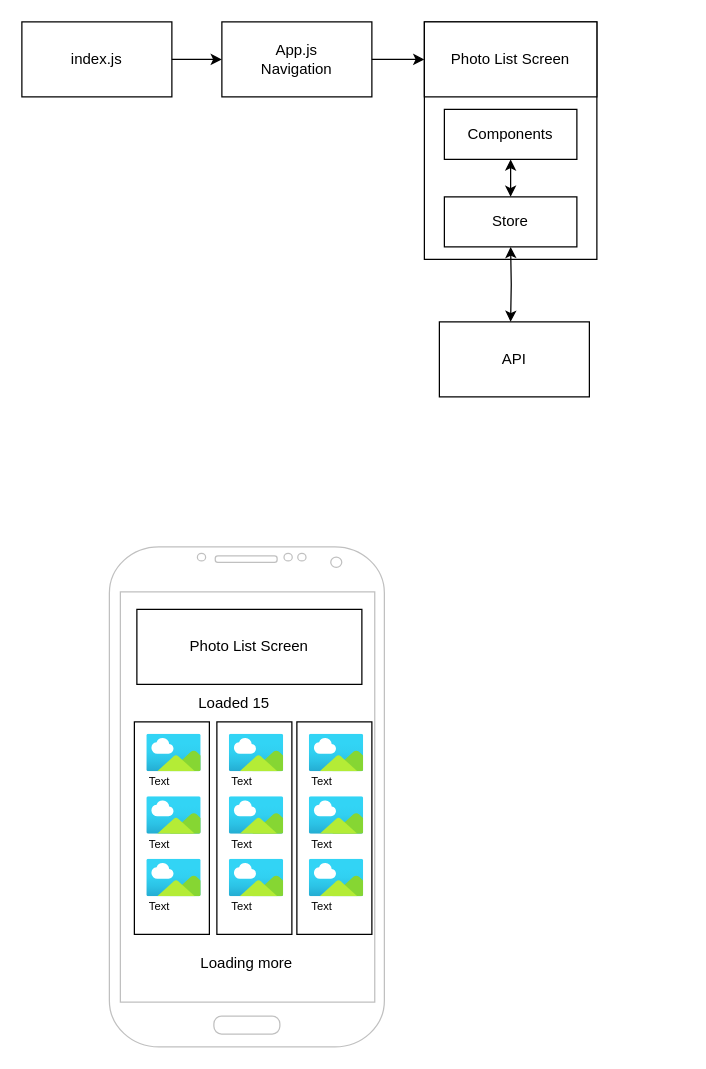
Earlier version of the draw.io diagram SolutionDesign/SolutionDesign.drawio (MarshalPaterson/flickr-example). Source tidied: cells renumbered, new cells numbered last; positions are measured from the earlier drawing's top-left corner, leaving out a move shared by most shapes. Both pictures are drawn from the tidied source at 125%, with x=0, y=0 at pixel (21, 21).
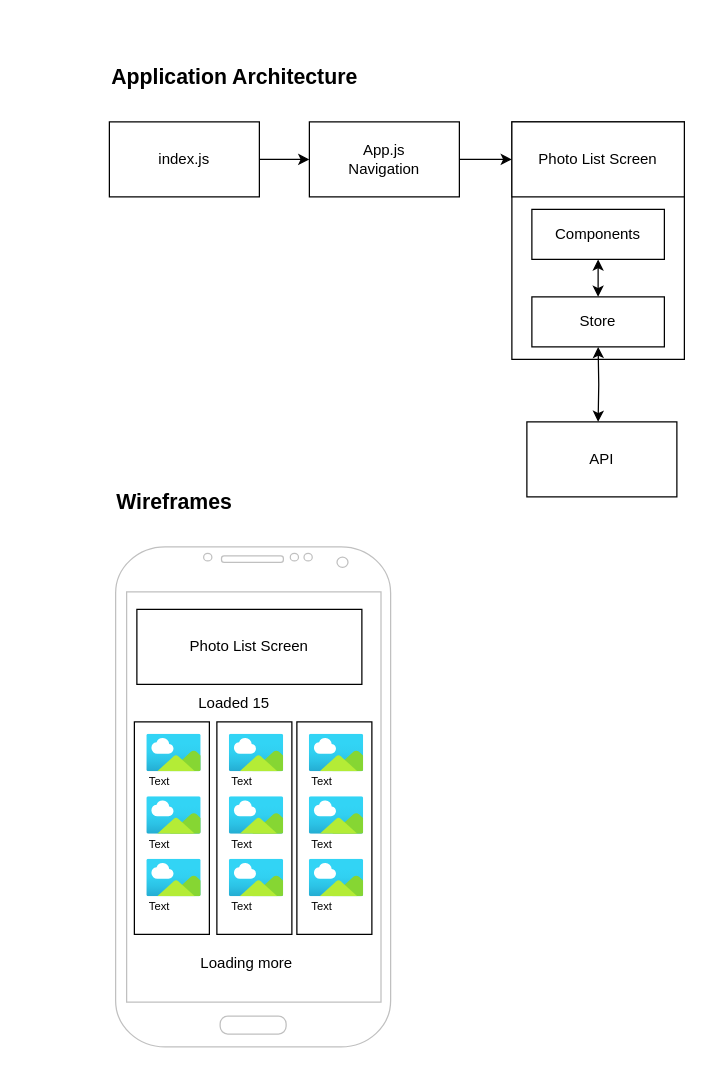
After the change.

What changed in the source:
```diff
@@
     <mxCell id="2" style="rounded=0;whiteSpace=wrap;html=1;" parent="1" vertex="1">
-      <mxGeometry x="322" width="138" height="190" as="geometry" />
+      <mxGeometry x="392" y="80" width="138" height="190" as="geometry" />
     </mxCell>
     <mxCell id="3" value="index.js" style="rounded=0;whiteSpace=wrap;html=1;" parent="1" vertex="1">
-      <mxGeometry width="120" height="60" as="geometry" />
+      <mxGeometry x="70" y="80" width="120" height="60" as="geometry" />
     </mxCell>
     <mxCell id="4" value="App.js&lt;br&gt;Navigation" style="rounded=0;whiteSpace=wrap;html=1;" parent="1" vertex="1">
-      <mxGeometry x="160" width="120" height="60" as="geometry" />
+      <mxGeometry x="230" y="80" width="120" height="60" as="geometry" />
     </mxCell>
     <mxCell id="5" value="Photo List Screen" style="rounded=0;whiteSpace=wrap;html=1;" parent="1" vertex="1">
-      <mxGeometry x="322" width="138" height="60" as="geometry" />
+      <mxGeometry x="392" y="80" width="138" height="60" as="geometry" />
     </mxCell>
     <mxCell id="6" value="API" style="rounded=0;whiteSpace=wrap;html=1;" parent="1" vertex="1">
-      <mxGeometry x="334" y="240" width="120" height="60" as="geometry" />
+      <mxGeometry x="404" y="320" width="120" height="60" as="geometry" />
     </mxCell>
     <mxCell id="7" value="Components" style="rounded=0;whiteSpace=wrap;html=1;" parent="1" vertex="1">
-      <mxGeometry x="338" y="70" width="106" height="40" as="geometry" />
+      <mxGeometry x="408" y="150" width="106" height="40" as="geometry" />
     </mxCell>
     <mxCell id="8" value="Store" style="rounded=0;whiteSpace=wrap;html=1;" parent="1" vertex="1">
-      <mxGeometry x="338" y="140" width="106" height="40" as="geometry" />
+      <mxGeometry x="408" y="220" width="106" height="40" as="geometry" />
     </mxCell>
     <mxCell id="9" style="endArrow=classic;startArrow=classic;html=1;rounded=0;edgeStyle=orthogonalEdgeStyle;entryX=0.5;entryY=1;entryDx=0;entryDy=0;" parent="1" edge="1" target="8">
       <mxGeometry relative="1" as="geometry">
-        <mxPoint x="391" y="240" as="sourcePoint" />
+        <mxPoint x="461" y="320" as="sourcePoint" />
       </mxGeometry>
     </mxCell>
@@
     <mxCell id="13" style="verticalLabelPosition=bottom;verticalAlign=top;html=1;shadow=0;dashed=0;strokeWidth=1;shape=mxgraph.android.phone2;strokeColor=#c0c0c0;" parent="1" vertex="1">
-      <mxGeometry x="70" y="420" width="220" height="400" as="geometry" />
+      <mxGeometry x="75" y="420" width="220" height="400" as="geometry" />
     </mxCell>
@@
+    <mxCell id="49" value="&lt;font style=&quot;font-size: 17px&quot;&gt;Application Architecture&lt;/font&gt;" style="text;html=1;strokeColor=none;fillColor=none;align=left;verticalAlign=middle;whiteSpace=wrap;rounded=0;fontSize=9;fontStyle=1;" parent="1" vertex="1">
+      <mxGeometry x="70" y="30" width="430" height="30" as="geometry" />
+    </mxCell>
+    <mxCell id="50" value="&lt;font style=&quot;font-size: 17px&quot;&gt;Wireframes&lt;/font&gt;" style="text;html=1;strokeColor=none;fillColor=none;align=left;verticalAlign=middle;whiteSpace=wrap;rounded=0;fontSize=9;fontStyle=1;" parent="1" vertex="1">
+      <mxGeometry x="73.6" y="370" width="200" height="30" as="geometry" />
+    </mxCell>
```
